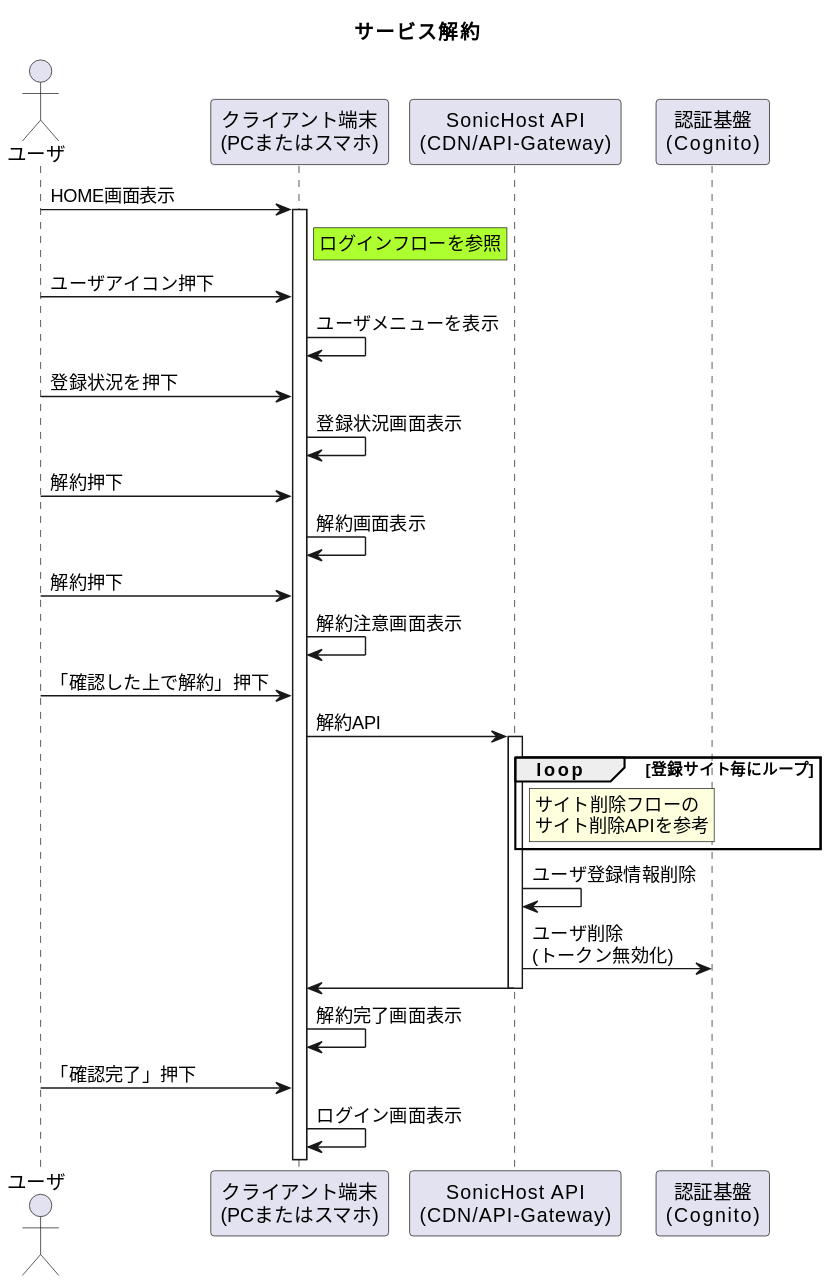
Above: 01_Sequences/01_UserRegistration/02_Cancellation_Flow/cancellationFlow.svg in Sonic-Host/documents (PlantUML), before the change. Source of this version:
```plantuml
@startuml
title サービス解約

actor "ユーザ" as user
participant "クライアント端末\n(PCまたはスマホ)" as device
participant "SonicHost API\n(CDN/API-Gateway)" as api
participant "認証基盤\n(Cognito)" as cognito


user -> device ++: HOME画面表示
rnote right of device #GreenYellow
    ログインフローを参照
end note
user -> device : ユーザアイコン押下
device -> device : ユーザメニューを表示
user -> device : 登録状況を押下
device -> device : 登録状況画面表示
user -> device : 解約押下
device -> device : 解約画面表示
user -> device : 解約押下
device -> device : 解約注意画面表示
user -> device : 「確認した上で解約」押下
device -> api ++ : 解約API
loop 登録サイト毎にループ
    rnote right of api
        サイト削除フローの
        サイト削除APIを参考
    end note
end
api -> api : ユーザ登録情報削除
api -> cognito : ユーザ削除\n(トークン無効化)
device <- api --
device -> device : 解約完了画面表示
user -> device : 「確認完了」押下
device -> device : ログイン画面表示
@enduml
```
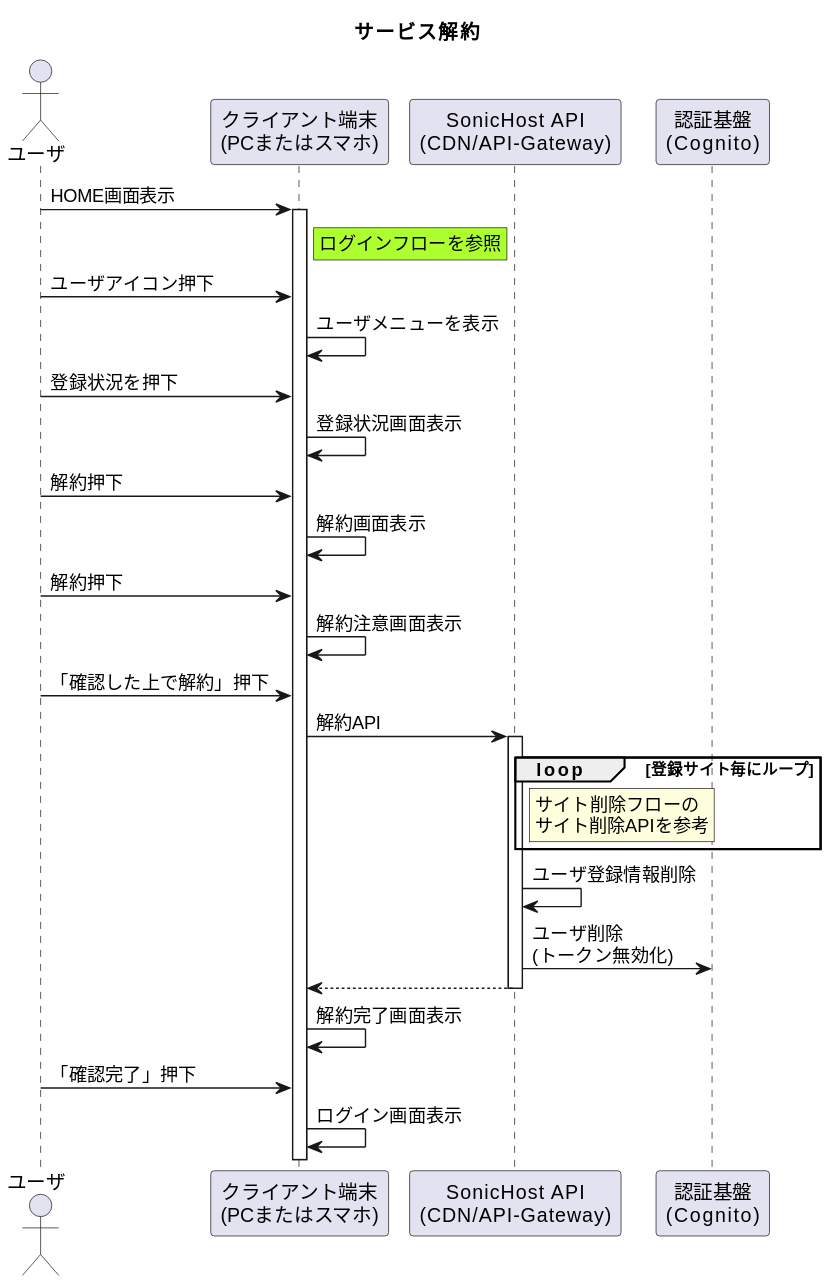
The same diagram one commit later.

Diff of the diagram source:
```diff
@@ -29,7 +29,7 @@
 end
 api -> api : ユーザ登録情報削除
 api -> cognito : ユーザ削除\n(トークン無効化)
-device <- api --
+device <-- api --
 device -> device : 解約完了画面表示
 user -> device : 「確認完了」押下
 device -> device : ログイン画面表示
```
